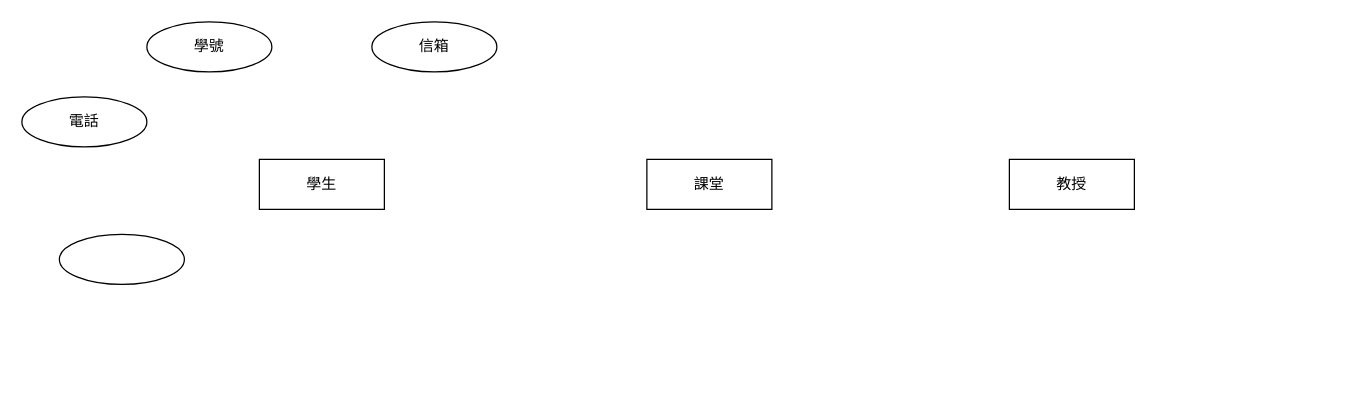
Before: page "ER model" (1 of 3) of 作業/資料庫/模型.drawio in NTX8205/School_project, a draw.io diagram. Source tidied: cells renumbered, new cells numbered last; positions are measured from the earlier drawing's top-left corner, leaving out a move shared by most shapes. Both pictures are drawn from the tidied source at 125%, with x=0, y=0 at pixel (21, 21).
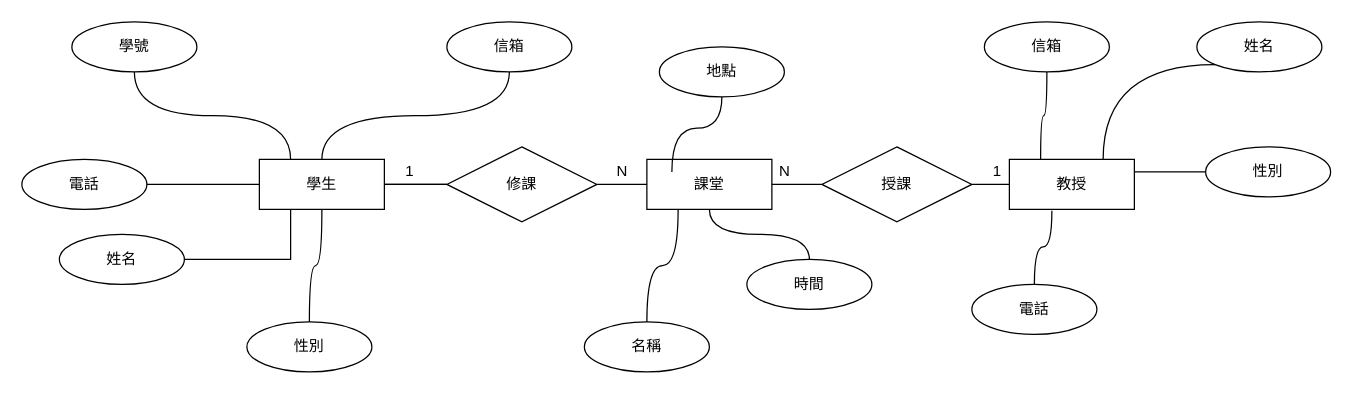
Above is the later version.

The change refers to these unchanged cells:
```xml
<mxCell id="2" value="學生" style="whiteSpace=wrap;html=1;align=center;" parent="1" vertex="1">
  <mxGeometry x="190" y="110" width="100" height="40" as="geometry" />
</mxCell>
<mxCell id="3" value="課堂" style="whiteSpace=wrap;html=1;align=center;" parent="1" vertex="1">
  <mxGeometry x="500" y="110" width="100" height="40" as="geometry" />
</mxCell>
<mxCell id="4" value="教授" style="whiteSpace=wrap;html=1;align=center;" parent="1" vertex="1">
  <mxGeometry x="790" y="110" width="100" height="40" as="geometry" />
</mxCell>
```

The edit, as a diff of the source:
```diff
@@
+    <mxCell id="9" style="edgeStyle=orthogonalEdgeStyle;curved=1;rounded=0;jettySize=auto;html=1;startArrow=none;startFill=0;endArrow=none;endFill=0;strokeColor=default;" parent="1" edge="1" source="2" target="18">
+      <mxGeometry relative="1" as="geometry" />
+    </mxCell>
@@
+    <mxCell id="10" style="edgeStyle=orthogonalEdgeStyle;rounded=0;jettySize=auto;html=1;exitX=0.5;exitY=1;exitDx=0;exitDy=0;entryX=0.25;entryY=0;entryDx=0;entryDy=0;startArrow=none;startFill=0;endArrow=none;endFill=0;curved=1;" parent="1" edge="1" source="5" target="2">
+      <mxGeometry relative="1" as="geometry" />
+    </mxCell>
     <mxCell id="5" value="學號" style="ellipse;whiteSpace=wrap;html=1;align=center;" parent="1" vertex="1">
-      <mxGeometry x="100" width="100" height="40" as="geometry" />
+      <mxGeometry x="40" width="100" height="40" as="geometry" />
     </mxCell>
+    <mxCell id="11" style="edgeStyle=orthogonalEdgeStyle;jettySize=auto;html=1;exitX=0.5;exitY=1;exitDx=0;exitDy=0;entryX=0.5;entryY=0;entryDx=0;entryDy=0;startArrow=none;startFill=0;endArrow=none;endFill=0;rounded=0;strokeColor=default;curved=1;" parent="1" edge="1" source="6" target="2">
+      <mxGeometry relative="1" as="geometry" />
+    </mxCell>
     <mxCell id="6" value="信箱" style="ellipse;whiteSpace=wrap;html=1;align=center;" parent="1" vertex="1">
-      <mxGeometry x="280" width="100" height="40" as="geometry" />
+      <mxGeometry x="340" width="100" height="40" as="geometry" />
     </mxCell>
+    <mxCell id="12" style="edgeStyle=orthogonalEdgeStyle;rounded=0;jettySize=auto;html=1;exitX=1;exitY=0.5;exitDx=0;exitDy=0;entryX=0;entryY=0.5;entryDx=0;entryDy=0;startArrow=none;startFill=0;endArrow=none;endFill=0;" parent="1" edge="1" source="7" target="2">
+      <mxGeometry relative="1" as="geometry" />
+    </mxCell>
     <mxCell id="7" value="電話" style="ellipse;whiteSpace=wrap;html=1;align=center;" parent="1" vertex="1">
-      <mxGeometry y="60" width="100" height="40" as="geometry" />
+      <mxGeometry y="110" width="100" height="40" as="geometry" />
     </mxCell>
+    <mxCell id="13" style="edgeStyle=orthogonalEdgeStyle;rounded=0;jettySize=auto;html=1;exitX=1;exitY=0.5;exitDx=0;exitDy=0;entryX=0.25;entryY=1;entryDx=0;entryDy=0;startArrow=none;startFill=0;endArrow=none;endFill=0;" parent="1" edge="1" source="8" target="2">
+      <mxGeometry relative="1" as="geometry" />
+    </mxCell>
-    <mxCell id="8" style="ellipse;whiteSpace=wrap;html=1;align=center;" parent="1" vertex="1">
+    <mxCell id="8" value="姓名" style="ellipse;whiteSpace=wrap;html=1;align=center;" parent="1" vertex="1">
       <mxGeometry x="30" y="170" width="100" height="40" as="geometry" />
     </mxCell>
+    <mxCell id="14" style="edgeStyle=orthogonalEdgeStyle;curved=1;rounded=0;jettySize=auto;html=1;exitX=0.5;exitY=0;exitDx=0;exitDy=0;entryX=0.5;entryY=1;entryDx=0;entryDy=0;startArrow=none;startFill=0;endArrow=none;endFill=0;strokeColor=default;" parent="1" edge="1" source="15" target="2">
+      <mxGeometry relative="1" as="geometry" />
+    </mxCell>
+    <mxCell id="15" value="性別" style="ellipse;whiteSpace=wrap;html=1;align=center;" parent="1" vertex="1">
+      <mxGeometry x="180" y="240" width="100" height="40" as="geometry" />
+    </mxCell>
+    <mxCell id="16" style="edgeStyle=orthogonalEdgeStyle;curved=1;rounded=0;jettySize=auto;html=1;exitX=0;exitY=0.5;exitDx=0;exitDy=0;entryX=1;entryY=0.5;entryDx=0;entryDy=0;startArrow=none;startFill=0;endArrow=none;endFill=0;strokeColor=default;" parent="1" edge="1" source="18" target="2">
+      <mxGeometry relative="1" as="geometry">
+        <Array as="points">
+          <mxPoint x="320" y="130" />
+          <mxPoint x="320" y="130" />
+        </Array>
+      </mxGeometry>
+    </mxCell>
+    <mxCell id="17" style="edgeStyle=orthogonalEdgeStyle;curved=1;rounded=0;jettySize=auto;html=1;exitX=1;exitY=0.5;exitDx=0;exitDy=0;entryX=0;entryY=0.5;entryDx=0;entryDy=0;startArrow=none;startFill=0;endArrow=none;endFill=0;strokeColor=default;" parent="1" edge="1" source="18" target="3">
+      <mxGeometry relative="1" as="geometry" />
+    </mxCell>
+    <mxCell id="18" value="修課" style="shape=rhombus;perimeter=rhombusPerimeter;whiteSpace=wrap;html=1;align=center;" parent="1" vertex="1">
+      <mxGeometry x="340" y="100" width="120" height="60" as="geometry" />
+    </mxCell>
+    <mxCell id="19" value="1" style="text;html=1;align=center;verticalAlign=middle;strokeColor=none;fillColor=none;" parent="1" vertex="1">
+      <mxGeometry x="300" y="110" width="20" height="20" as="geometry" />
+    </mxCell>
+    <mxCell id="20" value="N" style="text;html=1;align=center;verticalAlign=middle;strokeColor=none;fillColor=none;" parent="1" vertex="1">
+      <mxGeometry x="470" y="110" width="20" height="20" as="geometry" />
+    </mxCell>
+    <mxCell id="21" style="edgeStyle=orthogonalEdgeStyle;curved=1;rounded=0;jettySize=auto;html=1;exitX=0.5;exitY=0;exitDx=0;exitDy=0;entryX=0.25;entryY=1;entryDx=0;entryDy=0;startArrow=none;startFill=0;endArrow=none;endFill=0;strokeColor=default;" parent="1" edge="1" source="22" target="3">
+      <mxGeometry relative="1" as="geometry" />
+    </mxCell>
+    <mxCell id="22" value="名稱" style="ellipse;whiteSpace=wrap;html=1;align=center;" parent="1" vertex="1">
+      <mxGeometry x="450" y="240" width="100" height="40" as="geometry" />
+    </mxCell>
+    <mxCell id="23" style="edgeStyle=orthogonalEdgeStyle;curved=1;rounded=0;jettySize=auto;html=1;exitX=0.5;exitY=0;exitDx=0;exitDy=0;entryX=0.5;entryY=1;entryDx=0;entryDy=0;startArrow=none;startFill=0;endArrow=none;endFill=0;strokeColor=default;" parent="1" edge="1" source="24" target="3">
+      <mxGeometry relative="1" as="geometry" />
+    </mxCell>
+    <mxCell id="24" value="時間" style="ellipse;whiteSpace=wrap;html=1;align=center;" parent="1" vertex="1">
+      <mxGeometry x="580" y="190" width="100" height="40" as="geometry" />
+    </mxCell>
+    <mxCell id="25" style="edgeStyle=orthogonalEdgeStyle;curved=1;rounded=0;jettySize=auto;html=1;exitX=0.5;exitY=1;exitDx=0;exitDy=0;entryX=0.2;entryY=0.25;entryDx=0;entryDy=0;entryPerimeter=0;startArrow=none;startFill=0;endArrow=none;endFill=0;strokeColor=default;" parent="1" edge="1" source="26" target="3">
+      <mxGeometry relative="1" as="geometry" />
+    </mxCell>
+    <mxCell id="26" value="地點" style="ellipse;whiteSpace=wrap;html=1;align=center;" parent="1" vertex="1">
+      <mxGeometry x="510" y="20" width="100" height="40" as="geometry" />
+    </mxCell>
+    <mxCell id="27" style="edgeStyle=orthogonalEdgeStyle;curved=1;rounded=0;jettySize=auto;html=1;exitX=1;exitY=0.5;exitDx=0;exitDy=0;entryX=0;entryY=0.5;entryDx=0;entryDy=0;startArrow=none;startFill=0;endArrow=none;endFill=0;strokeColor=default;" parent="1" edge="1" source="29" target="4">
+      <mxGeometry relative="1" as="geometry" />
+    </mxCell>
+    <mxCell id="28" style="edgeStyle=orthogonalEdgeStyle;curved=1;rounded=0;jettySize=auto;html=1;exitX=0;exitY=0.5;exitDx=0;exitDy=0;entryX=1;entryY=0.5;entryDx=0;entryDy=0;startArrow=none;startFill=0;endArrow=none;endFill=0;strokeColor=default;" parent="1" edge="1" source="29" target="3">
+      <mxGeometry relative="1" as="geometry" />
+    </mxCell>
+    <mxCell id="29" value="授課" style="shape=rhombus;perimeter=rhombusPerimeter;whiteSpace=wrap;html=1;align=center;" parent="1" vertex="1">
+      <mxGeometry x="640" y="100" width="120" height="60" as="geometry" />
+    </mxCell>
+    <mxCell id="30" style="edgeStyle=orthogonalEdgeStyle;curved=1;rounded=0;jettySize=auto;html=1;exitX=0.5;exitY=1;exitDx=0;exitDy=0;entryX=0.25;entryY=0;entryDx=0;entryDy=0;startArrow=none;startFill=0;endArrow=none;endFill=0;strokeColor=default;" parent="1" edge="1" source="31" target="4">
+      <mxGeometry relative="1" as="geometry" />
+    </mxCell>
+    <mxCell id="31" value="信箱" style="ellipse;whiteSpace=wrap;html=1;align=center;" parent="1" vertex="1">
+      <mxGeometry x="770" width="100" height="40" as="geometry" />
+    </mxCell>
+    <mxCell id="32" style="edgeStyle=orthogonalEdgeStyle;curved=1;rounded=0;jettySize=auto;html=1;exitX=0.5;exitY=0;exitDx=0;exitDy=0;entryX=0.34;entryY=1.025;entryDx=0;entryDy=0;entryPerimeter=0;startArrow=none;startFill=0;endArrow=none;endFill=0;strokeColor=default;" parent="1" edge="1" source="33" target="4">
+      <mxGeometry relative="1" as="geometry" />
+    </mxCell>
+    <mxCell id="33" value="電話" style="ellipse;whiteSpace=wrap;html=1;align=center;" parent="1" vertex="1">
+      <mxGeometry x="760" y="210" width="100" height="40" as="geometry" />
+    </mxCell>
+    <mxCell id="34" style="edgeStyle=orthogonalEdgeStyle;curved=1;rounded=0;jettySize=auto;html=1;exitX=0;exitY=1;exitDx=0;exitDy=0;entryX=0.75;entryY=0;entryDx=0;entryDy=0;startArrow=none;startFill=0;endArrow=none;endFill=0;strokeColor=default;" parent="1" edge="1" source="35" target="4">
+      <mxGeometry relative="1" as="geometry" />
+    </mxCell>
+    <mxCell id="35" value="姓名" style="ellipse;whiteSpace=wrap;html=1;align=center;" parent="1" vertex="1">
+      <mxGeometry x="940" width="100" height="40" as="geometry" />
+    </mxCell>
+    <mxCell id="36" style="edgeStyle=orthogonalEdgeStyle;curved=1;rounded=0;jettySize=auto;html=1;exitX=0;exitY=0.5;exitDx=0;exitDy=0;entryX=1;entryY=0.25;entryDx=0;entryDy=0;startArrow=none;startFill=0;endArrow=none;endFill=0;strokeColor=default;" parent="1" edge="1" source="37" target="4">
+      <mxGeometry relative="1" as="geometry" />
+    </mxCell>
+    <mxCell id="37" value="性別" style="ellipse;whiteSpace=wrap;html=1;align=center;" parent="1" vertex="1">
+      <mxGeometry x="947" y="100" width="100" height="40" as="geometry" />
+    </mxCell>
+    <mxCell id="38" value="N" style="text;html=1;align=center;verticalAlign=middle;strokeColor=none;fillColor=none;" parent="1" vertex="1">
+      <mxGeometry x="600" y="110" width="20" height="20" as="geometry" />
+    </mxCell>
+    <mxCell id="39" value="1" style="text;html=1;align=center;verticalAlign=middle;strokeColor=none;fillColor=none;" parent="1" vertex="1">
+      <mxGeometry x="770" y="110" width="20" height="20" as="geometry" />
+    </mxCell>
```
